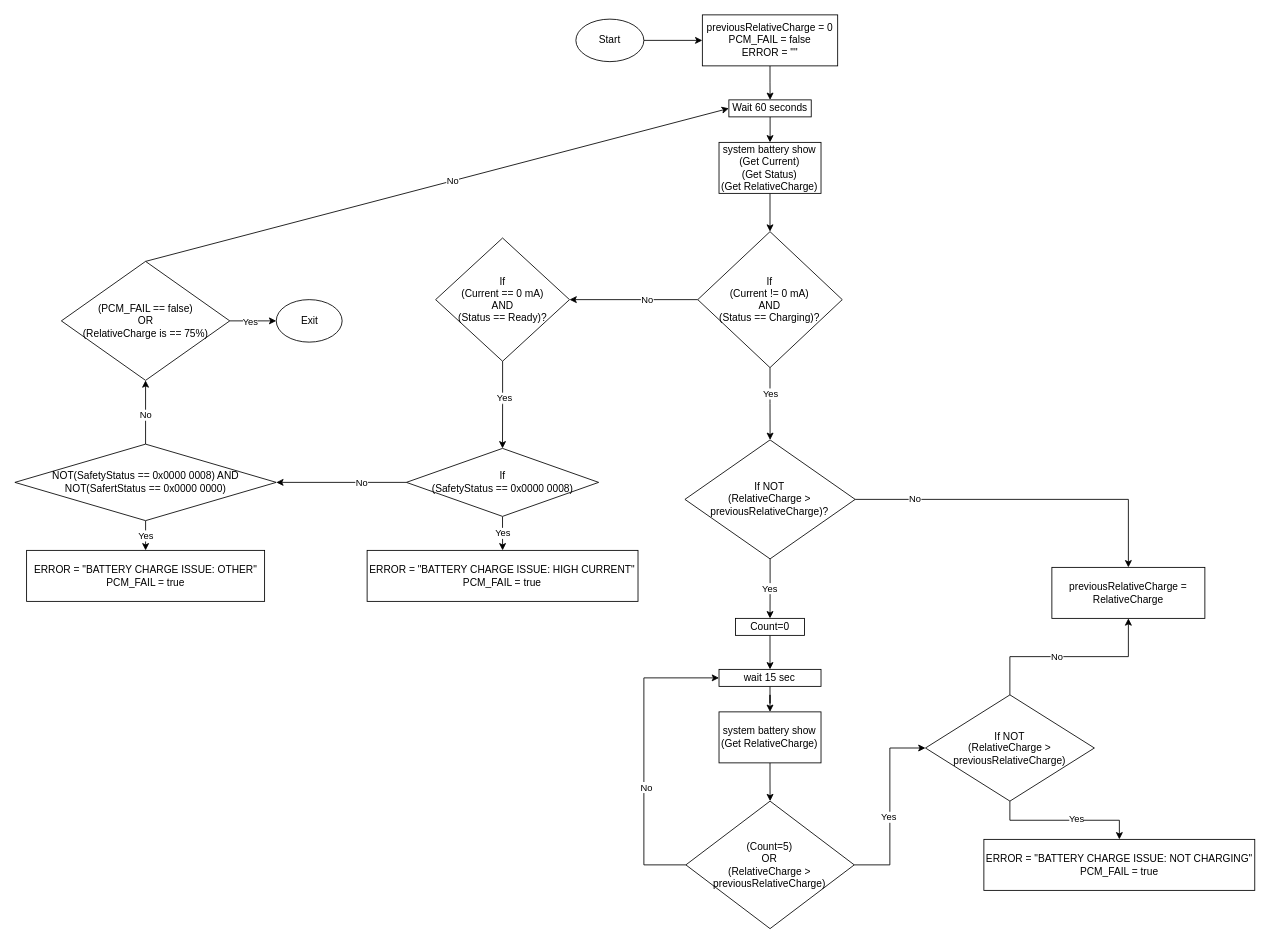
The draw.io diagram diagrams/SupCap_Leak_Bat_Charge.drawio in joepow2/drawio, before the edit. Source tidied: cells renumbered, new cells numbered last; positions are measured from the earlier drawing's top-left corner, leaving out a move shared by most shapes. Both pictures are drawn from the tidied source at 85%, with x=0, y=0 at pixel (14, 14).
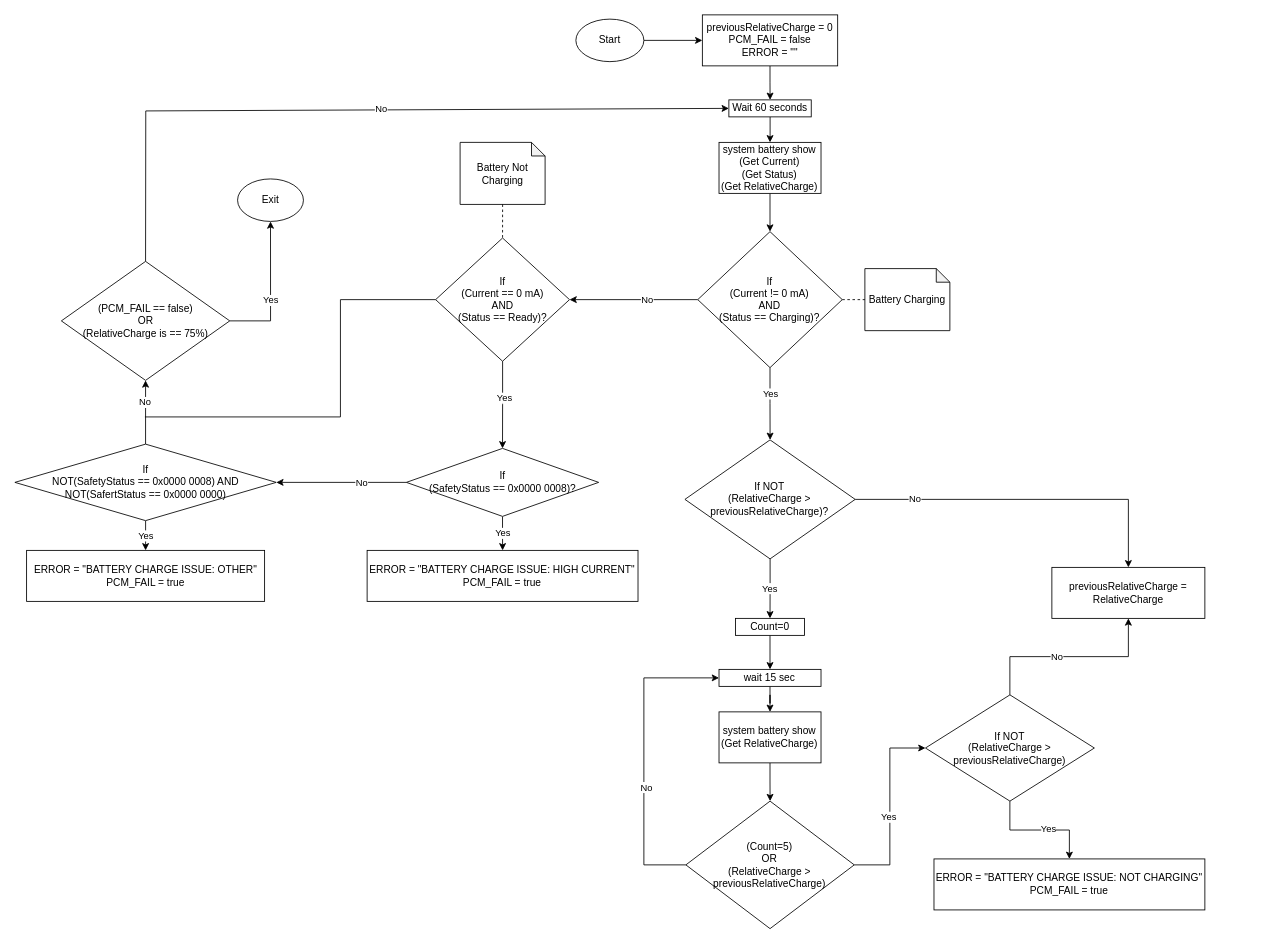
The same page after the edit.

The change refers to these unchanged cells:
```xml
<mxCell id="6" value="&lt;div&gt;&lt;span style=&quot;background-color: initial;&quot;&gt;If&lt;/span&gt;&lt;/div&gt;&lt;div&gt;&lt;span style=&quot;background-color: initial;&quot;&gt;(Current != 0 mA)&lt;/span&gt;&lt;/div&gt;&lt;div&gt;&lt;span style=&quot;background-color: initial;&quot;&gt;AND&lt;/span&gt;&lt;/div&gt;&lt;div&gt;&lt;span style=&quot;background-color: initial;&quot;&gt;(Status == Charging)?&lt;/span&gt;&lt;/div&gt;" style="rhombus;whiteSpace=wrap;html=1;direction=west;" parent="1" vertex="1">
  <mxGeometry x="803.4" y="255" width="170" height="160" as="geometry" />
</mxCell>
<mxCell id="9" value="&lt;div&gt;If&lt;/div&gt;(Current == 0 mA)&lt;div&gt;AND&lt;/div&gt;&lt;div&gt;(Status == Ready)?&lt;br&gt;&lt;/div&gt;" style="rhombus;whiteSpace=wrap;html=1;" parent="1" vertex="1">
  <mxGeometry x="495" y="262.5" width="157.5" height="145" as="geometry" />
</mxCell>
<mxCell id="36" style="edgeStyle=orthogonalEdgeStyle;rounded=0;jettySize=auto;html=1;" parent="1" edge="1" source="38" target="50">
  <mxGeometry relative="1" as="geometry" />
</mxCell>
<mxCell id="43" value="Wait 60 seconds" style="rounded=0;whiteSpace=wrap;html=1;" parent="1" vertex="1">
  <mxGeometry x="840" y="100" width="96.9" height="20" as="geometry" />
</mxCell>
<mxCell id="50" value="(PCM_FAIL == false)&lt;div&gt;OR&lt;/div&gt;&lt;div&gt;(RelativeCharge is == 75%)&lt;/div&gt;" style="rhombus;whiteSpace=wrap;html=1;" parent="1" vertex="1">
  <mxGeometry x="54.7" y="290" width="198.1" height="140" as="geometry" />
</mxCell>
```

Diff of the diagram source:
```diff
@@
-    <mxCell id="29" value="If&lt;div&gt;(SafetyStatus == 0x0000 0008)&lt;/div&gt;" style="rhombus;whiteSpace=wrap;html=1;" parent="1" vertex="1">
+    <mxCell id="29" value="If&lt;div&gt;(SafetyStatus == 0x0000 0008)?&lt;/div&gt;" style="rhombus;whiteSpace=wrap;html=1;" parent="1" vertex="1">
       <mxGeometry x="460.6" y="510" width="226.2" height="80" as="geometry" />
     </mxCell>
@@
     <mxCell id="31" value="&lt;div&gt;ERROR = &quot;BATTERY CHARGE ISSUE: NOT CHARGING&quot;&lt;br&gt;&lt;/div&gt;&lt;div&gt;PCM_FAIL = true&lt;/div&gt;" style="whiteSpace=wrap;html=1;" parent="1" vertex="1">
-      <mxGeometry x="1140" y="970" width="318.7" height="60" as="geometry" />
+      <mxGeometry x="1081.3" y="993" width="318.7" height="60" as="geometry" />
     </mxCell>
@@
     <mxCell id="37" value="No" style="edgeLabel;html=1;align=center;verticalAlign=middle;" parent="36" vertex="1">
-      <mxGeometry x="-0.06" relative="1" as="geometry" />
+      <mxGeometry x="0.33" y="1" relative="1" as="geometry" />
     </mxCell>
-    <mxCell id="38" value="NOT(SafetyStatus == 0x0000 0008) AND NOT(SafertStatus == 0x0000 0000)" style="rhombus;whiteSpace=wrap;html=1;" parent="1" vertex="1">
+    <mxCell id="38" value="&lt;div&gt;If&lt;/div&gt;NOT(SafetyStatus == 0x0000 0008) AND NOT(SafertStatus == 0x0000 0000)" style="rhombus;whiteSpace=wrap;html=1;" parent="1" vertex="1">
       <mxGeometry y="505" width="307.5" height="90" as="geometry" />
     </mxCell>
@@
     <mxCell id="51" style="endArrow=classic;html=1;rounded=0;exitX=0.5;exitY=0;exitDx=0;exitDy=0;entryX=0;entryY=0.5;entryDx=0;entryDy=0;" parent="1" edge="1" source="50" target="43">
-      <mxGeometry relative="1" as="geometry" />
+      <mxGeometry relative="1" as="geometry">
+        <Array as="points">
+          <mxPoint x="154" y="113" />
+        </Array>
+      </mxGeometry>
     </mxCell>
@@
     <mxCell id="55" value="Exit" style="ellipse;whiteSpace=wrap;html=1;" parent="1" vertex="1">
-      <mxGeometry x="307.5" y="335" width="77.5" height="50" as="geometry" />
+      <mxGeometry x="262" y="193" width="77.5" height="50" as="geometry" />
     </mxCell>
+    <mxCell id="56" value="Battery Charging" style="shape=note;whiteSpace=wrap;html=1;backgroundOutline=1;darkOpacity=0.05;size=16;" parent="1" vertex="1">
+      <mxGeometry x="1000" y="298.5" width="100" height="73" as="geometry" />
+    </mxCell>
+    <mxCell id="57" style="endArrow=none;dashed=1;html=1;rounded=0;entryX=0;entryY=0.5;entryDx=0;entryDy=0;entryPerimeter=0;exitX=0;exitY=0.5;exitDx=0;exitDy=0;" parent="1" edge="1" source="6" target="56">
+      <mxGeometry relative="1" as="geometry" />
+    </mxCell>
+    <mxCell id="58" value="Battery Not Charging" style="shape=note;whiteSpace=wrap;html=1;backgroundOutline=1;darkOpacity=0.05;size=16;" parent="1" vertex="1">
+      <mxGeometry x="523.8" y="150" width="100" height="73" as="geometry" />
+    </mxCell>
+    <mxCell id="59" style="endArrow=none;dashed=1;html=1;rounded=0;entryX=0.5;entryY=0;entryDx=0;entryDy=0;exitX=0.5;exitY=1;exitDx=0;exitDy=0;exitPerimeter=0;" parent="1" edge="1" source="58" target="9">
+      <mxGeometry relative="1" as="geometry" />
+    </mxCell>
+    <mxCell id="60" style="endArrow=none;html=1;rounded=0;entryX=0;entryY=0.5;entryDx=0;entryDy=0;" parent="1" edge="1" target="9">
+      <mxGeometry relative="1" as="geometry">
+        <mxPoint x="153" y="473" as="sourcePoint" />
+        <Array as="points">
+          <mxPoint x="383" y="473" />
+          <mxPoint x="383" y="335" />
+        </Array>
+      </mxGeometry>
+    </mxCell>
```
